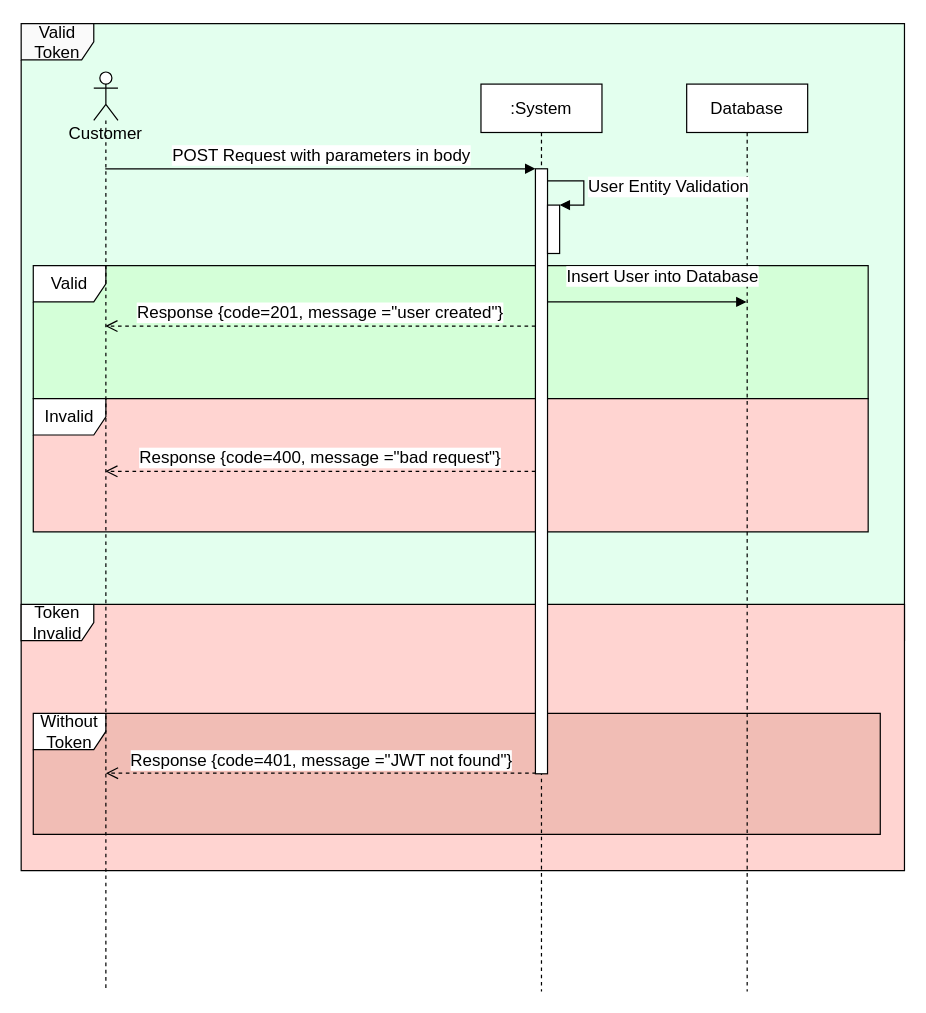
This is Diagrammes/create_user.drawio from JgPhil/BileMo, a draw.io file, before an edit. Source tidied: cells renumbered, new cells numbered last; positions are measured from the earlier drawing's top-left corner, leaving out a move shared by most shapes. Both pictures are drawn from the tidied source at 121%, with x=0, y=0 at pixel (21, 23).
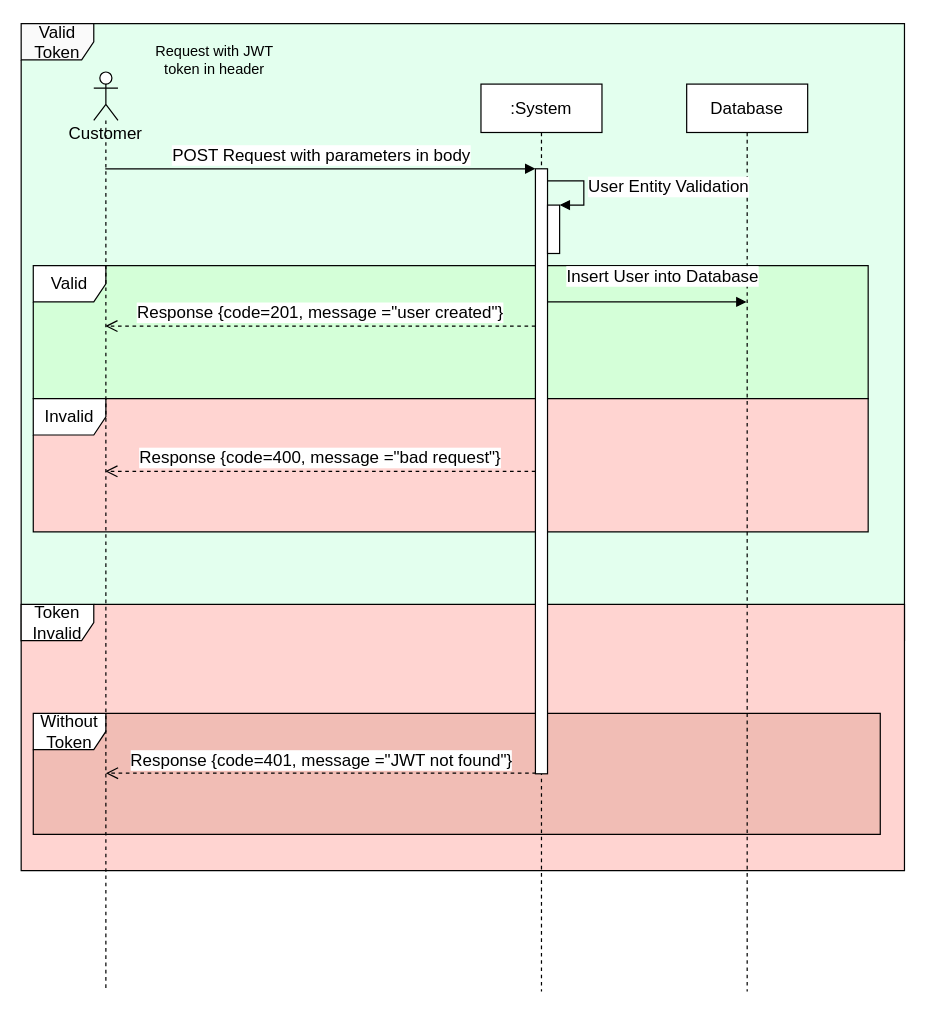
After the change.

Change to the diagram source:
```diff
@@
+    <mxCell id="18" value="Request with JWT token in header" style="text;html=1;strokeColor=none;fillColor=none;align=center;verticalAlign=middle;whiteSpace=wrap;rounded=0;" parent="1" vertex="1">
+      <mxGeometry x="100" y="20" width="120" height="20" as="geometry" />
+    </mxCell>
```
